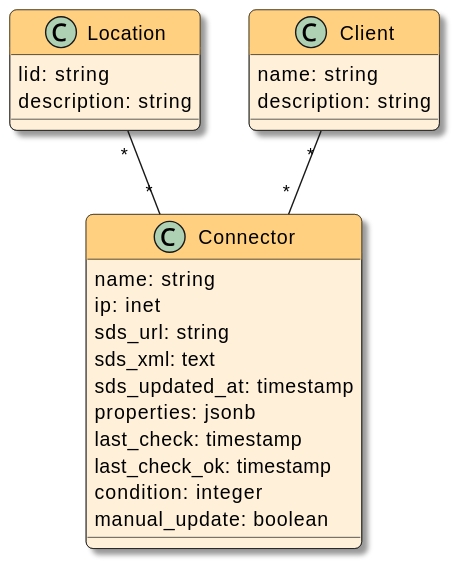
Above: docs/devnotes/_images/models.svg in swobspace/cocard (PlantUML), before the change. The source it was exported from:
```plantuml
@startuml
top to bottom direction

!theme cocard from .

class Connector  {
  name: string
  ip: inet
  sds_url: string
  sds_xml: text
  sds_updated_at: timestamp
  properties: jsonb
  last_check: timestamp
  last_check_ok: timestamp
  condition: integer
  manual_update: boolean
}

class Location {
  lid: string
  description: string
}

class Client {
  name: string
  description: string
}

Location "*" -- "*" Connector
Client "*" -- "*" Connector
@enduml
```
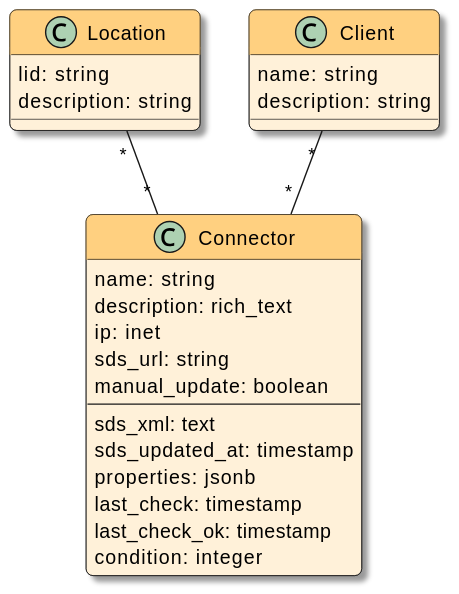
The same diagram one commit later.

Diff of the diagram source:
```diff
@@ -5,15 +5,17 @@
 
 class Connector  {
   name: string
+  description: rich_text
   ip: inet
   sds_url: string
+  manual_update: boolean
+  --
   sds_xml: text
   sds_updated_at: timestamp
   properties: jsonb
   last_check: timestamp
   last_check_ok: timestamp
   condition: integer
-  manual_update: boolean
 }
 
 class Location {
```
